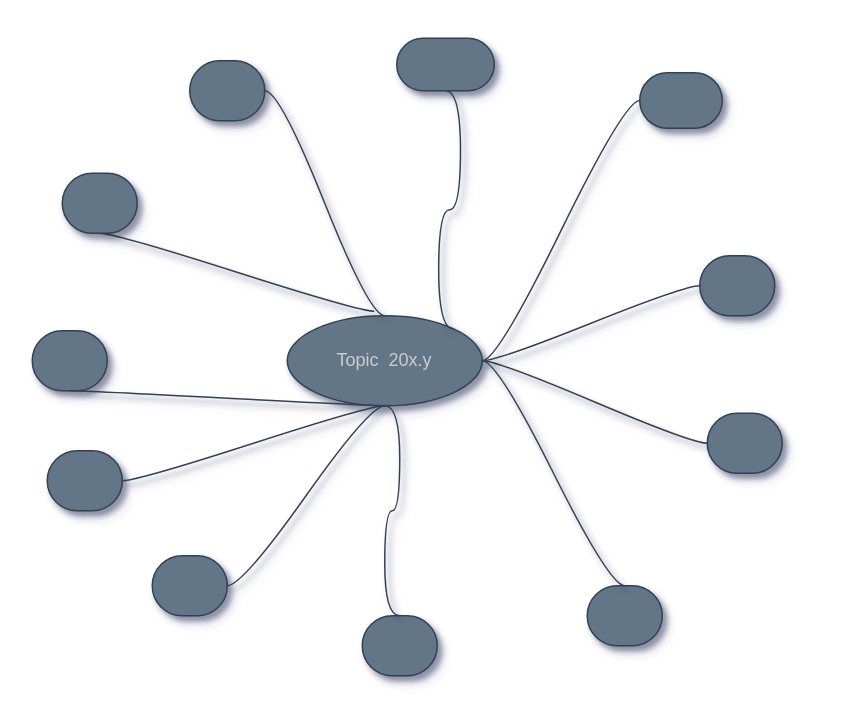
This is MindMaps/mindmap-210.2.drawio from marcossilvestrini/learning-lpic-2-202-450, a draw.io file, before an edit. Source tidied: cells renumbered, new cells numbered last; positions are measured from the earlier drawing's top-left corner, leaving out a move shared by most shapes. Both pictures are drawn from the tidied source at 150%, with x=0, y=0 at pixel (32, 38).
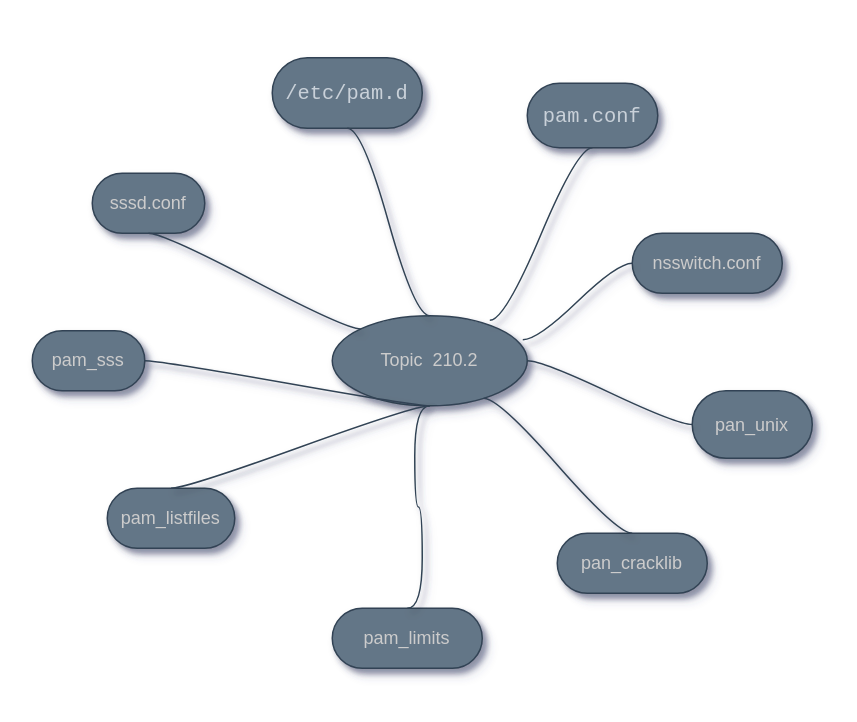
Above is the later version.

Diff of the diagram source:
```diff
@@
-    <mxCell id="2" value="Topic&amp;nbsp; 20x.y" style="ellipse;whiteSpace=wrap;html=1;align=center;newEdgeStyle={&quot;edgeStyle&quot;:&quot;entityRelationEdgeStyle&quot;,&quot;startArrow&quot;:&quot;none&quot;,&quot;endArrow&quot;:&quot;none&quot;,&quot;segment&quot;:10,&quot;curved&quot;:1};fillColor=#647687;fontColor=#CCCCCC;strokeColor=#314354;shadow=1;sketch=0;" parent="1" vertex="1">
-      <mxGeometry x="170" y="185" width="130" height="60" as="geometry" />
+    <mxCell id="2" value="Topic&amp;nbsp; 210.2" style="ellipse;whiteSpace=wrap;html=1;align=center;newEdgeStyle={&quot;edgeStyle&quot;:&quot;entityRelationEdgeStyle&quot;,&quot;startArrow&quot;:&quot;none&quot;,&quot;endArrow&quot;:&quot;none&quot;,&quot;segment&quot;:10,&quot;curved&quot;:1};fillColor=#647687;fontColor=#CCCCCC;strokeColor=#314354;shadow=1;sketch=0;" parent="1" vertex="1">
+      <mxGeometry x="200" y="185" width="130" height="60" as="geometry" />
     </mxCell>
-    <mxCell id="3" style="whiteSpace=wrap;html=1;rounded=1;arcSize=50;align=center;verticalAlign=middle;strokeWidth=1;spacing=4;newEdgeStyle={&quot;edgeStyle&quot;:&quot;entityRelationEdgeStyle&quot;,&quot;startArrow&quot;:&quot;none&quot;,&quot;endArrow&quot;:&quot;none&quot;,&quot;segment&quot;:10,&quot;curved&quot;:1};fillColor=#647687;fontColor=#CCCCCC;strokeColor=#314354;shadow=1;sketch=0;" parent="1" vertex="1">
-      <mxGeometry x="10" y="275" width="50" height="40" as="geometry" />
+    <mxCell id="3" value="pam_sss" style="whiteSpace=wrap;html=1;rounded=1;arcSize=50;align=center;verticalAlign=middle;strokeWidth=1;spacing=4;newEdgeStyle={&quot;edgeStyle&quot;:&quot;entityRelationEdgeStyle&quot;,&quot;startArrow&quot;:&quot;none&quot;,&quot;endArrow&quot;:&quot;none&quot;,&quot;segment&quot;:10,&quot;curved&quot;:1};fillColor=#647687;fontColor=#CCCCCC;strokeColor=#314354;shadow=1;sketch=0;" parent="1" vertex="1">
+      <mxGeometry y="195" width="75" height="40" as="geometry" />
     </mxCell>
@@
-    <mxCell id="5" value="&lt;pre style=&quot;box-sizing: border-box ; font-family: , , &amp;#34;sf mono&amp;#34; , &amp;#34;menlo&amp;#34; , &amp;#34;consolas&amp;#34; , &amp;#34;liberation mono&amp;#34; , monospace ; font-size: 13.6px ; margin-top: 0px ; margin-bottom: 0px ; overflow-wrap: normal ; padding: 16px ; overflow: auto ; line-height: 1.45 ; border-radius: 6px ; word-break: normal ; color: rgb(201 , 209 , 217)&quot;&gt;&lt;br&gt;&lt;/pre&gt;" style="whiteSpace=wrap;html=1;rounded=1;arcSize=50;align=center;verticalAlign=middle;strokeWidth=1;spacing=4;newEdgeStyle={&quot;edgeStyle&quot;:&quot;entityRelationEdgeStyle&quot;,&quot;startArrow&quot;:&quot;none&quot;,&quot;endArrow&quot;:&quot;none&quot;,&quot;segment&quot;:10,&quot;curved&quot;:1};fillColor=#647687;fontColor=#CCCCCC;strokeColor=#314354;shadow=1;sketch=0;" parent="1" vertex="1">
-      <mxGeometry x="243" width="65" height="35" as="geometry" />
+    <mxCell id="5" value="&lt;pre style=&quot;box-sizing: border-box ; font-family: , , &amp;quot;sf mono&amp;quot; , &amp;quot;menlo&amp;quot; , &amp;quot;consolas&amp;quot; , &amp;quot;liberation mono&amp;quot; , monospace ; font-size: 13.6px ; margin-top: 0px ; margin-bottom: 0px ; overflow-wrap: normal ; padding: 16px ; overflow: auto ; line-height: 1.45 ; border-radius: 6px ; word-break: normal ; color: rgb(201 , 209 , 217)&quot;&gt;/etc/pam.d&lt;/pre&gt;" style="whiteSpace=wrap;html=1;rounded=1;arcSize=50;align=center;verticalAlign=middle;strokeWidth=1;spacing=4;newEdgeStyle={&quot;edgeStyle&quot;:&quot;entityRelationEdgeStyle&quot;,&quot;startArrow&quot;:&quot;none&quot;,&quot;endArrow&quot;:&quot;none&quot;,&quot;segment&quot;:10,&quot;curved&quot;:1};fillColor=#647687;fontColor=#CCCCCC;strokeColor=#314354;shadow=1;sketch=0;" parent="1" vertex="1">
+      <mxGeometry x="160" y="13" width="100" height="47" as="geometry" />
     </mxCell>
-    <mxCell id="6" style="edgeStyle=entityRelationEdgeStyle;startArrow=none;endArrow=none;segment=10;curved=1;exitX=1;exitY=0;exitDx=0;exitDy=0;fillColor=#647687;strokeColor=#314354;fontColor=#CCCCCC;shadow=1;sketch=0;entryX=0.5;entryY=1;entryDx=0;entryDy=0;" parent="1" edge="1" source="2" target="5">
+    <mxCell id="6" style="edgeStyle=entityRelationEdgeStyle;startArrow=none;endArrow=none;segment=10;curved=1;exitX=0.5;exitY=0;exitDx=0;exitDy=0;fillColor=#647687;strokeColor=#314354;fontColor=#CCCCCC;shadow=1;sketch=0;entryX=0.5;entryY=1;entryDx=0;entryDy=0;" parent="1" edge="1" source="2" target="5">
       <mxGeometry relative="1" as="geometry" />
     </mxCell>
-    <mxCell id="7" style="edgeStyle=entityRelationEdgeStyle;startArrow=none;endArrow=none;segment=10;curved=1;exitX=0.446;exitY=-0.05;exitDx=0;exitDy=0;fillColor=#647687;strokeColor=#314354;shadow=1;fontColor=#CCCCCC;sketch=0;entryX=0.5;entryY=1;entryDx=0;entryDy=0;exitPerimeter=0;" parent="1" edge="1" source="2" target="24">
-      <mxGeometry relative="1" as="geometry" />
-    </mxCell>
-    <mxCell id="8" value="&lt;pre style=&quot;box-sizing: border-box ; font-family: , , &amp;#34;sf mono&amp;#34; , &amp;#34;menlo&amp;#34; , &amp;#34;consolas&amp;#34; , &amp;#34;liberation mono&amp;#34; , monospace ; font-size: 13.6px ; margin-top: 0px ; margin-bottom: 0px ; overflow-wrap: normal ; padding: 16px ; overflow: auto ; line-height: 1.45 ; border-radius: 6px ; word-break: normal ; color: rgb(201 , 209 , 217)&quot;&gt;&lt;br&gt;&lt;/pre&gt;" style="whiteSpace=wrap;html=1;rounded=1;arcSize=50;align=center;verticalAlign=middle;strokeWidth=1;spacing=4;newEdgeStyle={&quot;edgeStyle&quot;:&quot;entityRelationEdgeStyle&quot;,&quot;startArrow&quot;:&quot;none&quot;,&quot;endArrow&quot;:&quot;none&quot;,&quot;segment&quot;:10,&quot;curved&quot;:1};fillColor=#647687;fontColor=#CCCCCC;strokeColor=#314354;shadow=1;sketch=0;" parent="1" vertex="1">
-      <mxGeometry x="405" y="23" width="55" height="37" as="geometry" />
+    <mxCell id="8" value="&lt;pre style=&quot;box-sizing: border-box ; font-family: , , &amp;quot;sf mono&amp;quot; , &amp;quot;menlo&amp;quot; , &amp;quot;consolas&amp;quot; , &amp;quot;liberation mono&amp;quot; , monospace ; font-size: 13.6px ; margin-top: 0px ; margin-bottom: 0px ; overflow-wrap: normal ; padding: 16px ; overflow: auto ; line-height: 1.45 ; border-radius: 6px ; word-break: normal ; color: rgb(201 , 209 , 217)&quot;&gt;pam.conf&lt;/pre&gt;" style="whiteSpace=wrap;html=1;rounded=1;arcSize=50;align=center;verticalAlign=middle;strokeWidth=1;spacing=4;newEdgeStyle={&quot;edgeStyle&quot;:&quot;entityRelationEdgeStyle&quot;,&quot;startArrow&quot;:&quot;none&quot;,&quot;endArrow&quot;:&quot;none&quot;,&quot;segment&quot;:10,&quot;curved&quot;:1};fillColor=#647687;fontColor=#CCCCCC;strokeColor=#314354;shadow=1;sketch=0;" parent="1" vertex="1">
+      <mxGeometry x="330" y="30" width="87" height="43" as="geometry" />
     </mxCell>
-    <mxCell id="9" style="edgeStyle=entityRelationEdgeStyle;startArrow=none;endArrow=none;segment=10;curved=1;fillColor=#647687;strokeColor=#314354;shadow=1;fontColor=#CCCCCC;sketch=0;" parent="1" edge="1" source="2" target="8">
+    <mxCell id="9" style="edgeStyle=entityRelationEdgeStyle;startArrow=none;endArrow=none;segment=10;curved=1;fillColor=#647687;strokeColor=#314354;shadow=1;fontColor=#CCCCCC;sketch=0;entryX=0.5;entryY=1;entryDx=0;entryDy=0;exitX=0.808;exitY=0.05;exitDx=0;exitDy=0;exitPerimeter=0;" parent="1" edge="1" source="2" target="8">
       <mxGeometry relative="1" as="geometry" />
     </mxCell>
-    <mxCell id="10" style="whiteSpace=wrap;html=1;rounded=1;arcSize=50;align=center;verticalAlign=middle;strokeWidth=1;spacing=4;newEdgeStyle={&quot;edgeStyle&quot;:&quot;entityRelationEdgeStyle&quot;,&quot;startArrow&quot;:&quot;none&quot;,&quot;endArrow&quot;:&quot;none&quot;,&quot;segment&quot;:10,&quot;curved&quot;:1};fillColor=#647687;fontColor=#CCCCCC;strokeColor=#314354;shadow=1;sketch=0;" parent="1" vertex="1">
-      <mxGeometry x="220" y="385" width="50" height="40" as="geometry" />
+    <mxCell id="10" value="pam_limits" style="whiteSpace=wrap;html=1;rounded=1;arcSize=50;align=center;verticalAlign=middle;strokeWidth=1;spacing=4;newEdgeStyle={&quot;edgeStyle&quot;:&quot;entityRelationEdgeStyle&quot;,&quot;startArrow&quot;:&quot;none&quot;,&quot;endArrow&quot;:&quot;none&quot;,&quot;segment&quot;:10,&quot;curved&quot;:1};fillColor=#647687;fontColor=#CCCCCC;strokeColor=#314354;shadow=1;sketch=0;" parent="1" vertex="1">
+      <mxGeometry x="200" y="380" width="100" height="40" as="geometry" />
     </mxCell>
@@
-    <mxCell id="12" style="whiteSpace=wrap;html=1;rounded=1;arcSize=50;align=center;verticalAlign=middle;strokeWidth=1;spacing=4;newEdgeStyle={&quot;edgeStyle&quot;:&quot;entityRelationEdgeStyle&quot;,&quot;startArrow&quot;:&quot;none&quot;,&quot;endArrow&quot;:&quot;none&quot;,&quot;segment&quot;:10,&quot;curved&quot;:1};fillColor=#647687;fontColor=#CCCCCC;strokeColor=#314354;shadow=1;sketch=0;" parent="1" vertex="1">
-      <mxGeometry x="450" y="250" width="50" height="40" as="geometry" />
+    <mxCell id="12" value="pan_unix" style="whiteSpace=wrap;html=1;rounded=1;arcSize=50;align=center;verticalAlign=middle;strokeWidth=1;spacing=4;newEdgeStyle={&quot;edgeStyle&quot;:&quot;entityRelationEdgeStyle&quot;,&quot;startArrow&quot;:&quot;none&quot;,&quot;endArrow&quot;:&quot;none&quot;,&quot;segment&quot;:10,&quot;curved&quot;:1};fillColor=#647687;fontColor=#CCCCCC;strokeColor=#314354;shadow=1;sketch=0;" parent="1" vertex="1">
+      <mxGeometry x="440" y="235" width="80" height="45" as="geometry" />
     </mxCell>
@@
-    <mxCell id="14" style="whiteSpace=wrap;html=1;rounded=1;arcSize=50;align=center;verticalAlign=middle;strokeWidth=1;spacing=4;newEdgeStyle={&quot;edgeStyle&quot;:&quot;entityRelationEdgeStyle&quot;,&quot;startArrow&quot;:&quot;none&quot;,&quot;endArrow&quot;:&quot;none&quot;,&quot;segment&quot;:10,&quot;curved&quot;:1};fillColor=#647687;fontColor=#CCCCCC;strokeColor=#314354;shadow=1;sketch=0;" parent="1" vertex="1">
-      <mxGeometry x="445" y="145" width="50" height="40" as="geometry" />
+    <mxCell id="14" value="nsswitch.conf" style="whiteSpace=wrap;html=1;rounded=1;arcSize=50;align=center;verticalAlign=middle;strokeWidth=1;spacing=4;newEdgeStyle={&quot;edgeStyle&quot;:&quot;entityRelationEdgeStyle&quot;,&quot;startArrow&quot;:&quot;none&quot;,&quot;endArrow&quot;:&quot;none&quot;,&quot;segment&quot;:10,&quot;curved&quot;:1};fillColor=#647687;fontColor=#CCCCCC;strokeColor=#314354;shadow=1;sketch=0;" parent="1" vertex="1">
+      <mxGeometry x="400" y="130" width="100" height="40" as="geometry" />
     </mxCell>
-    <mxCell id="15" style="edgeStyle=entityRelationEdgeStyle;startArrow=none;endArrow=none;segment=10;curved=1;exitX=1;exitY=0.5;exitDx=0;exitDy=0;fillColor=#647687;strokeColor=#314354;shadow=1;fontColor=#CCCCCC;sketch=0;" parent="1" edge="1" source="2" target="14">
+    <mxCell id="15" style="edgeStyle=entityRelationEdgeStyle;startArrow=none;endArrow=none;segment=10;curved=1;exitX=0.977;exitY=0.267;exitDx=0;exitDy=0;fillColor=#647687;strokeColor=#314354;shadow=1;fontColor=#CCCCCC;sketch=0;exitPerimeter=0;" parent="1" edge="1" source="2" target="14">
       <mxGeometry relative="1" as="geometry" />
     </mxCell>
-    <mxCell id="16" style="whiteSpace=wrap;html=1;rounded=1;arcSize=50;align=center;verticalAlign=middle;strokeWidth=1;spacing=4;newEdgeStyle={&quot;edgeStyle&quot;:&quot;entityRelationEdgeStyle&quot;,&quot;startArrow&quot;:&quot;none&quot;,&quot;endArrow&quot;:&quot;none&quot;,&quot;segment&quot;:10,&quot;curved&quot;:1};fillColor=#647687;fontColor=#CCCCCC;strokeColor=#314354;shadow=1;sketch=0;" parent="1" vertex="1">
-      <mxGeometry x="370" y="365" width="50" height="40" as="geometry" />
+    <mxCell id="16" value="pan_cracklib" style="whiteSpace=wrap;html=1;rounded=1;arcSize=50;align=center;verticalAlign=middle;strokeWidth=1;spacing=4;newEdgeStyle={&quot;edgeStyle&quot;:&quot;entityRelationEdgeStyle&quot;,&quot;startArrow&quot;:&quot;none&quot;,&quot;endArrow&quot;:&quot;none&quot;,&quot;segment&quot;:10,&quot;curved&quot;:1};fillColor=#647687;fontColor=#CCCCCC;strokeColor=#314354;shadow=1;sketch=0;" parent="1" vertex="1">
+      <mxGeometry x="350" y="330" width="100" height="40" as="geometry" />
     </mxCell>
-    <mxCell id="17" style="edgeStyle=entityRelationEdgeStyle;startArrow=none;endArrow=none;segment=10;curved=1;exitX=1;exitY=0.5;exitDx=0;exitDy=0;fillColor=#647687;strokeColor=#314354;shadow=1;fontColor=#CCCCCC;sketch=0;entryX=0.5;entryY=0;entryDx=0;entryDy=0;" parent="1" edge="1" source="2" target="16">
+    <mxCell id="17" style="edgeStyle=entityRelationEdgeStyle;startArrow=none;endArrow=none;segment=10;curved=1;exitX=0.777;exitY=0.917;exitDx=0;exitDy=0;fillColor=#647687;strokeColor=#314354;shadow=1;fontColor=#CCCCCC;sketch=0;entryX=0.5;entryY=0;entryDx=0;entryDy=0;exitPerimeter=0;" parent="1" edge="1" source="2" target="16">
       <mxGeometry relative="1" as="geometry" />
     </mxCell>
-    <mxCell id="18" style="whiteSpace=wrap;html=1;rounded=1;arcSize=50;align=center;verticalAlign=middle;strokeWidth=1;spacing=4;newEdgeStyle={&quot;edgeStyle&quot;:&quot;entityRelationEdgeStyle&quot;,&quot;startArrow&quot;:&quot;none&quot;,&quot;endArrow&quot;:&quot;none&quot;,&quot;segment&quot;:10,&quot;curved&quot;:1};fillColor=#647687;fontColor=#CCCCCC;strokeColor=#314354;shadow=1;sketch=0;" parent="1" vertex="1">
-      <mxGeometry x="80" y="345" width="50" height="40" as="geometry" />
+    <mxCell id="18" value="pam_listfiles" style="whiteSpace=wrap;html=1;rounded=1;arcSize=50;align=center;verticalAlign=middle;strokeWidth=1;spacing=4;newEdgeStyle={&quot;edgeStyle&quot;:&quot;entityRelationEdgeStyle&quot;,&quot;startArrow&quot;:&quot;none&quot;,&quot;endArrow&quot;:&quot;none&quot;,&quot;segment&quot;:10,&quot;curved&quot;:1};fillColor=#647687;fontColor=#CCCCCC;strokeColor=#314354;shadow=1;sketch=0;" parent="1" vertex="1">
+      <mxGeometry x="50" y="300" width="85" height="40" as="geometry" />
     </mxCell>
-    <mxCell id="19" style="edgeStyle=entityRelationEdgeStyle;startArrow=none;endArrow=none;segment=10;curved=1;exitX=0.5;exitY=1;exitDx=0;exitDy=0;fillColor=#647687;strokeColor=#314354;shadow=1;fontColor=#CCCCCC;sketch=0;entryX=1;entryY=0.5;entryDx=0;entryDy=0;" parent="1" edge="1" source="2" target="18">
+    <mxCell id="19" style="edgeStyle=entityRelationEdgeStyle;startArrow=none;endArrow=none;segment=10;curved=1;exitX=0.5;exitY=1;exitDx=0;exitDy=0;fillColor=#647687;strokeColor=#314354;shadow=1;fontColor=#CCCCCC;sketch=0;entryX=0.5;entryY=0;entryDx=0;entryDy=0;" parent="1" edge="1" source="2" target="18">
       <mxGeometry relative="1" as="geometry" />
     </mxCell>
-    <mxCell id="20" style="whiteSpace=wrap;html=1;rounded=1;arcSize=50;align=center;verticalAlign=middle;strokeWidth=1;spacing=4;newEdgeStyle={&quot;edgeStyle&quot;:&quot;entityRelationEdgeStyle&quot;,&quot;startArrow&quot;:&quot;none&quot;,&quot;endArrow&quot;:&quot;none&quot;,&quot;segment&quot;:10,&quot;curved&quot;:1};fillColor=#647687;fontColor=#CCCCCC;strokeColor=#314354;shadow=1;sketch=0;" parent="1" vertex="1">
-      <mxGeometry y="195" width="50" height="40" as="geometry" />
+    <mxCell id="20" value="sssd.conf" style="whiteSpace=wrap;html=1;rounded=1;arcSize=50;align=center;verticalAlign=middle;strokeWidth=1;spacing=4;newEdgeStyle={&quot;edgeStyle&quot;:&quot;entityRelationEdgeStyle&quot;,&quot;startArrow&quot;:&quot;none&quot;,&quot;endArrow&quot;:&quot;none&quot;,&quot;segment&quot;:10,&quot;curved&quot;:1};fillColor=#647687;fontColor=#CCCCCC;strokeColor=#314354;shadow=1;sketch=0;" parent="1" vertex="1">
+      <mxGeometry x="40" y="90" width="75" height="40" as="geometry" />
     </mxCell>
-    <mxCell id="21" style="edgeStyle=entityRelationEdgeStyle;startArrow=none;endArrow=none;segment=10;curved=1;exitX=0.5;exitY=1;exitDx=0;exitDy=0;fillColor=#647687;strokeColor=#314354;shadow=1;fontColor=#CCCCCC;sketch=0;entryX=0.5;entryY=1;entryDx=0;entryDy=0;" parent="1" edge="1" source="2" target="20">
+    <mxCell id="21" style="edgeStyle=entityRelationEdgeStyle;startArrow=none;endArrow=none;segment=10;curved=1;exitX=0;exitY=0;exitDx=0;exitDy=0;fillColor=#647687;strokeColor=#314354;shadow=1;fontColor=#CCCCCC;sketch=0;entryX=0.5;entryY=1;entryDx=0;entryDy=0;" parent="1" edge="1" source="2" target="20">
       <mxGeometry relative="1" as="geometry" />
     </mxCell>
-    <mxCell id="22" style="whiteSpace=wrap;html=1;rounded=1;arcSize=50;align=center;verticalAlign=middle;strokeWidth=1;spacing=4;newEdgeStyle={&quot;edgeStyle&quot;:&quot;entityRelationEdgeStyle&quot;,&quot;startArrow&quot;:&quot;none&quot;,&quot;endArrow&quot;:&quot;none&quot;,&quot;segment&quot;:10,&quot;curved&quot;:1};fillColor=#647687;fontColor=#CCCCCC;strokeColor=#314354;shadow=1;sketch=0;" parent="1" vertex="1">
-      <mxGeometry x="105" y="15" width="50" height="40" as="geometry" />
-    </mxCell>
-    <mxCell id="23" style="edgeStyle=entityRelationEdgeStyle;startArrow=none;endArrow=none;segment=10;curved=1;exitX=0.5;exitY=0;exitDx=0;exitDy=0;fillColor=#647687;strokeColor=#314354;shadow=1;fontColor=#CCCCCC;sketch=0;entryX=1;entryY=0.5;entryDx=0;entryDy=0;" parent="1" edge="1" source="2" target="22">
-      <mxGeometry relative="1" as="geometry" />
-    </mxCell>
-    <mxCell id="24" style="whiteSpace=wrap;html=1;rounded=1;arcSize=50;align=center;verticalAlign=middle;strokeWidth=1;spacing=4;newEdgeStyle={&quot;edgeStyle&quot;:&quot;entityRelationEdgeStyle&quot;,&quot;startArrow&quot;:&quot;none&quot;,&quot;endArrow&quot;:&quot;none&quot;,&quot;segment&quot;:10,&quot;curved&quot;:1};fillColor=#647687;fontColor=#CCCCCC;strokeColor=#314354;shadow=1;sketch=0;" parent="1" vertex="1">
-      <mxGeometry x="20" y="90" width="50" height="40" as="geometry" />
-    </mxCell>
```
